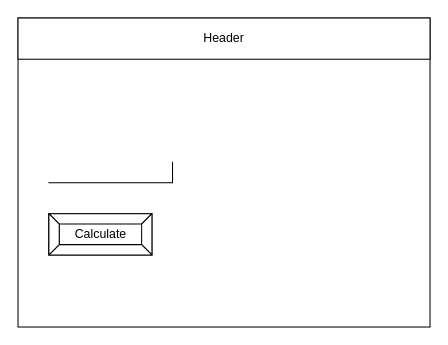
Above: design/story-board.drawio in Ali-Mugamai/ICS20-6-03-JS (draw.io), before the change. Source tidied: cells renumbered, new cells numbered last; positions are measured from the earlier drawing's top-left corner, leaving out a move shared by most shapes. Both pictures are drawn from the tidied source at 103%, with x=0, y=0 at pixel (18, 18).
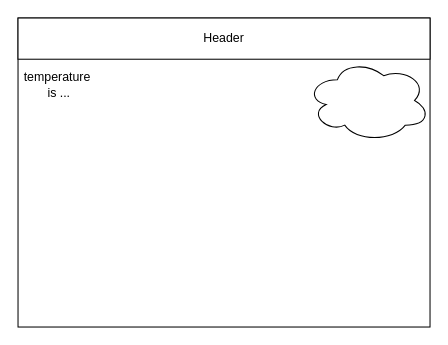
Above is the later version.

What changed in the source:
```diff
@@
 <mxGraphModel>
   <root>
     <mxCell id="0" />
     <mxCell id="1" parent="0" />
     <mxCell id="2" style="rounded=0;whiteSpace=wrap;html=1;" parent="1" vertex="1">
       <mxGeometry width="400" height="300" as="geometry" />
     </mxCell>
     <mxCell id="3" value="Header" style="rounded=0;whiteSpace=wrap;html=1;" parent="1" vertex="1">
       <mxGeometry width="400" height="40" as="geometry" />
     </mxCell>
-    <mxCell id="4" style="shape=partialRectangle;whiteSpace=wrap;html=1;top=0;left=0;fillColor=none;" parent="1" vertex="1">
-      <mxGeometry x="30" y="140" width="120" height="20" as="geometry" />
-    </mxCell>
-    <mxCell id="5" value="Calculate" style="labelPosition=center;verticalLabelPosition=middle;align=center;html=1;shape=mxgraph.basic.button;dx=10;" parent="1" vertex="1">
-      <mxGeometry x="30" y="190" width="100" height="40" as="geometry" />
+    <mxCell id="5" style="ellipse;shape=cloud;whiteSpace=wrap;html=1;" parent="1" vertex="1">
+      <mxGeometry x="280" y="40" width="120" height="80" as="geometry" />
     </mxCell>
+    <mxCell id="6" value="temperature&amp;nbsp; is ..." style="text;html=1;strokeColor=none;fillColor=none;align=center;verticalAlign=middle;whiteSpace=wrap;rounded=0;" parent="1" vertex="1">
+      <mxGeometry x="10" y="50" width="60" height="30" as="geometry" />
+    </mxCell>
   </root>
 </mxGraphModel>
```
